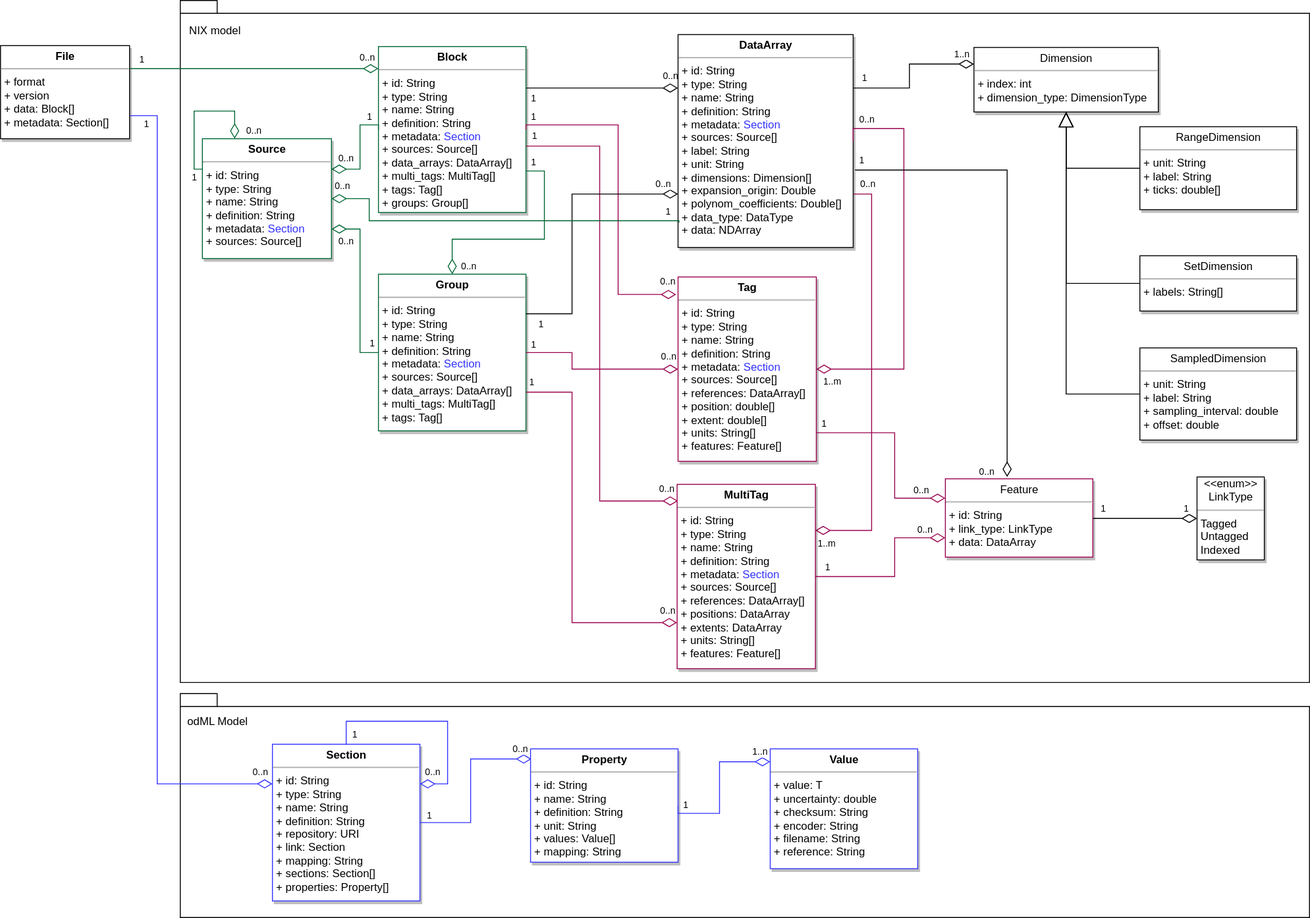
Above: nix/flowcharts/Nix_DataModel_v1.3.2a.svg in mpsonntag/prodoc (draw.io), before the change. Source tidied: cells renumbered, new cells last; positions are measured from the earlier drawing's top-left corner, leaving out a move shared by most shapes.
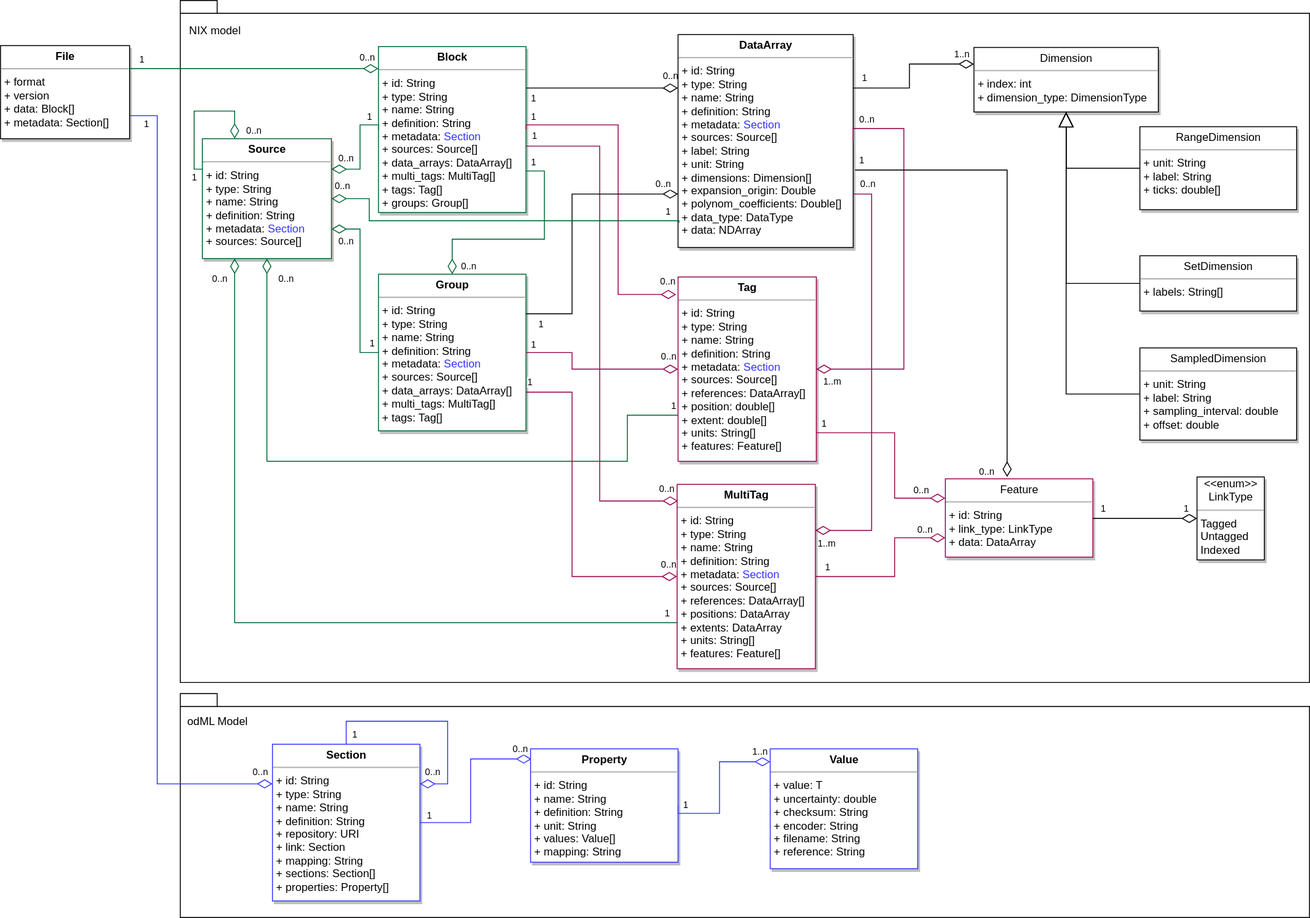
The same diagram one commit later.

Commit message:
[nix] schema add Tag-Source link

Change to the diagram source:
```diff
@@ -364,10 +364,10 @@
         <mxPoint x="-6" y="-15" as="offset" />
       </mxGeometry>
     </mxCell>
-    <mxCell id="78" style="edgeStyle=orthogonalEdgeStyle;rounded=0;html=1;exitX=0;exitY=0.75;startArrow=diamondThin;startFill=0;startSize=14;endArrow=none;endFill=0;endSize=6;jettySize=auto;fontSize=10;strokeColor=#99004D;entryX=1;entryY=0.75;" parent="1" edge="1" source="37" target="68">
+    <mxCell id="78" style="edgeStyle=orthogonalEdgeStyle;rounded=0;html=1;exitX=0;exitY=0.5;startArrow=diamondThin;startFill=0;startSize=14;endArrow=none;endFill=0;endSize=6;jettySize=auto;fontSize=10;strokeColor=#99004D;entryX=1;entryY=0.75;" parent="1" edge="1" source="37" target="68">
       <mxGeometry relative="1" as="geometry">
         <Array as="points">
-          <mxPoint x="620" y="675" />
+          <mxPoint x="620" y="625" />
           <mxPoint x="620" y="425" />
         </Array>
       </mxGeometry>
@@ -447,5 +447,41 @@
         <mxPoint x="-9" y="-13" as="offset" />
       </mxGeometry>
     </mxCell>
+    <mxCell id="94" style="edgeStyle=orthogonalEdgeStyle;rounded=0;html=1;exitX=0.25;exitY=1;startArrow=diamondThin;startFill=0;startSize=14;endArrow=none;endFill=0;endSize=6;jettySize=auto;fontSize=10;strokeColor=#006633;entryX=0;entryY=0.75;" parent="1" edge="1" source="18" target="37">
+      <mxGeometry relative="1" as="geometry">
+        <Array as="points">
+          <mxPoint x="254" y="675" />
+        </Array>
+      </mxGeometry>
+    </mxCell>
+    <mxCell id="95" value="1" style="text;html=1;align=center;verticalAlign=middle;labelBackgroundColor=#ffffff;fontSize=10;" parent="94" vertex="1">
+      <mxGeometry x="0.93" relative="1" as="geometry">
+        <mxPoint x="20" y="-11" as="offset" />
+      </mxGeometry>
+    </mxCell>
+    <mxCell id="96" value="&lt;font style=&quot;font-size: 10px&quot;&gt;0..n&lt;/font&gt;" style="text;html=1;align=center;verticalAlign=middle;labelBackgroundColor=#ffffff;" parent="94" vertex="1">
+      <mxGeometry x="-0.98" y="1" relative="1" as="geometry">
+        <mxPoint x="-17" y="10" as="offset" />
+      </mxGeometry>
+    </mxCell>
+    <mxCell id="97" style="edgeStyle=orthogonalEdgeStyle;rounded=0;html=1;exitX=0.5;exitY=1;startArrow=diamondThin;startFill=0;startSize=14;endArrow=none;endFill=0;endSize=6;jettySize=auto;fontSize=10;strokeColor=#006633;entryX=0;entryY=0.75;" parent="1" edge="1" source="18" target="26">
+      <mxGeometry relative="1" as="geometry">
+        <Array as="points">
+          <mxPoint x="289" y="500" />
+          <mxPoint x="680" y="500" />
+          <mxPoint x="680" y="450" />
+        </Array>
+      </mxGeometry>
+    </mxCell>
+    <mxCell id="98" value="1" style="text;html=1;align=center;verticalAlign=middle;labelBackgroundColor=#ffffff;fontSize=10;" parent="97" vertex="1">
+      <mxGeometry x="0.93" relative="1" as="geometry">
+        <mxPoint x="20" y="-11" as="offset" />
+      </mxGeometry>
+    </mxCell>
+    <mxCell id="99" value="&lt;font style=&quot;font-size: 10px&quot;&gt;0..n&lt;/font&gt;" style="text;html=1;align=center;verticalAlign=middle;labelBackgroundColor=#ffffff;" parent="97" vertex="1">
+      <mxGeometry x="-0.98" y="1" relative="1" as="geometry">
+        <mxPoint x="20" y="12" as="offset" />
+      </mxGeometry>
+    </mxCell>
   </root>
 </mxGraphModel>
```
